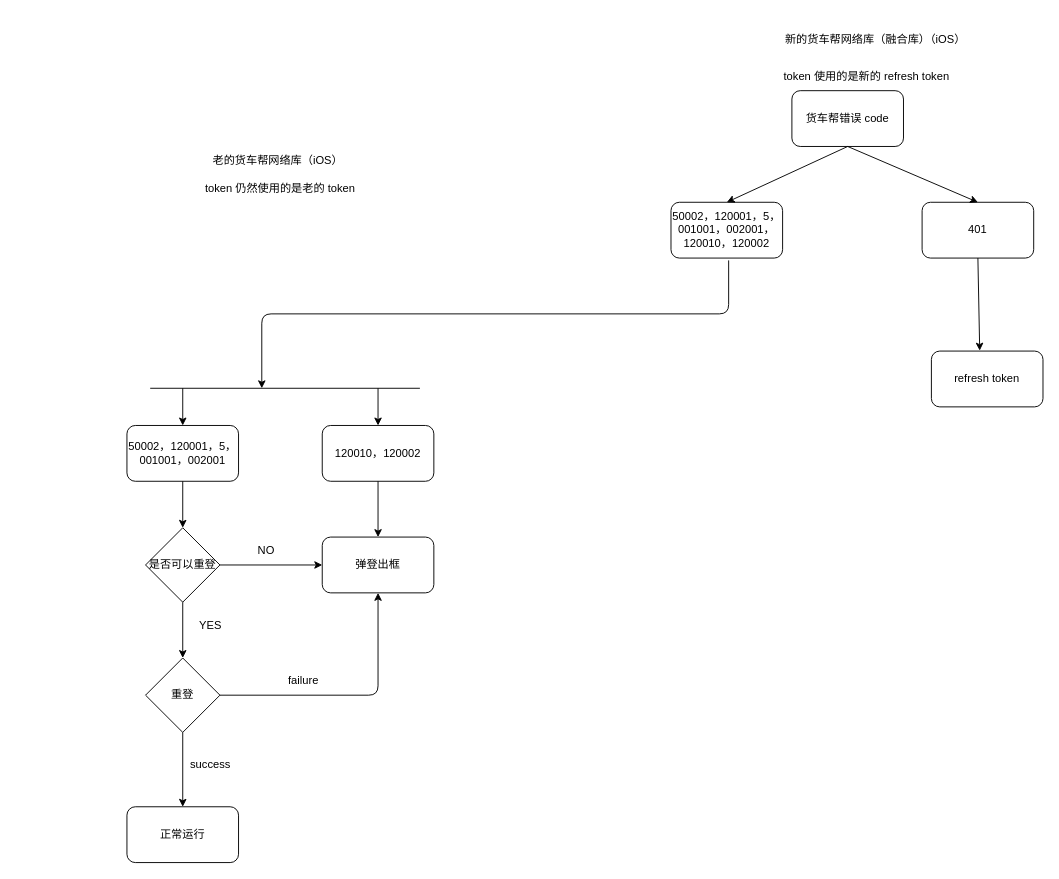
Earlier version of the draw.io diagram a/网络库错误处理.drawio (fdd09/flow). Source tidied: cells renumbered, new cells numbered last; positions are measured from the earlier drawing's top-left corner, leaving out a move shared by most shapes. Both pictures are drawn from the tidied source at 93%, with x=0, y=0 at pixel (126, 25).
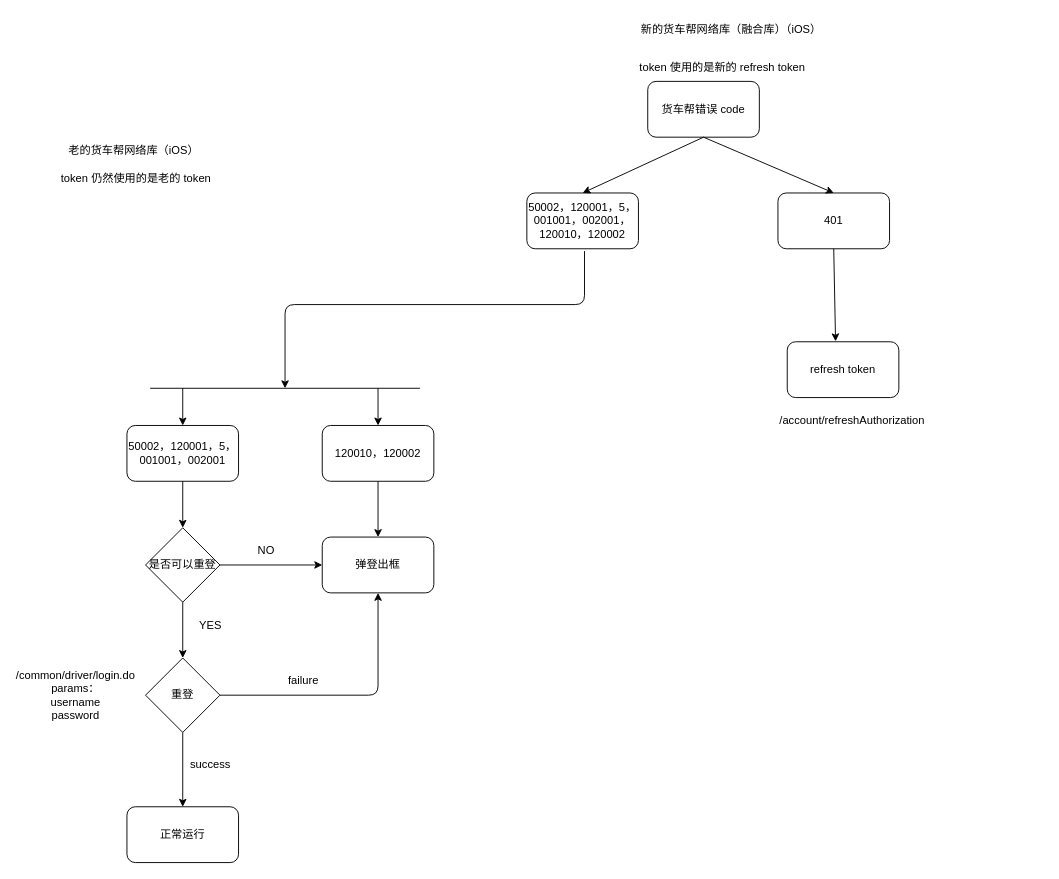
After the change.

Commit message:
更新网络库错误处理.drawio

Change to the diagram source:
```diff
@@
     <mxCell id="2" value="老的货车帮网络库（iOS）" style="text;html=1;strokeColor=none;fillColor=none;align=center;verticalAlign=middle;whiteSpace=wrap;rounded=0;" parent="1" vertex="1">
-      <mxGeometry x="90" y="130" width="145" height="30" as="geometry" />
+      <mxGeometry x="-65" y="120" width="145" height="30" as="geometry" />
     </mxCell>
     <mxCell id="3" value="新的货车帮网络库（融合库）（iOS）" style="text;html=1;strokeColor=none;fillColor=none;align=center;verticalAlign=middle;whiteSpace=wrap;rounded=0;" parent="1" vertex="1">
-      <mxGeometry x="695" width="220" height="30" as="geometry" />
+      <mxGeometry x="540" y="-10" width="220" height="30" as="geometry" />
     </mxCell>
@@
     <mxCell id="19" value="token 仍然使用的是老的 token" style="text;html=1;strokeColor=none;fillColor=none;align=center;verticalAlign=middle;whiteSpace=wrap;rounded=0;" parent="1" vertex="1">
-      <mxGeometry x="70" y="160" width="190" height="30" as="geometry" />
+      <mxGeometry x="-85" y="150" width="190" height="30" as="geometry" />
     </mxCell>
@@
     <mxCell id="21" value="货车帮错误 code" style="rounded=1;whiteSpace=wrap;html=1;" parent="1" vertex="1">
-      <mxGeometry x="715" y="70" width="120" height="60" as="geometry" />
+      <mxGeometry x="560" y="60" width="120" height="60" as="geometry" />
     </mxCell>
     <mxCell id="22" value="50002，120001，5，001001，002001，120010，120002" style="rounded=1;whiteSpace=wrap;html=1;" parent="1" vertex="1">
-      <mxGeometry x="585" y="190" width="120" height="60" as="geometry" />
+      <mxGeometry x="430" y="180" width="120" height="60" as="geometry" />
     </mxCell>
     <mxCell id="23" value="401" style="rounded=1;whiteSpace=wrap;html=1;" parent="1" vertex="1">
-      <mxGeometry x="855" y="190" width="120" height="60" as="geometry" />
+      <mxGeometry x="700" y="180" width="120" height="60" as="geometry" />
     </mxCell>
@@
     <mxCell id="25" style="endArrow=classic;html=1;rounded=1;exitX=0.433;exitY=1.042;exitDx=0;exitDy=0;exitPerimeter=0;curved=0;" parent="1" edge="1">
       <mxGeometry relative="1" as="geometry">
-        <mxPoint x="647" y="252.5" as="sourcePoint" />
-        <mxPoint x="145" y="390" as="targetPoint" />
+        <mxPoint x="492" y="242.5" as="sourcePoint" />
+        <mxPoint x="170" y="390" as="targetPoint" />
         <Array as="points">
-          <mxPoint x="647" y="310" />
-          <mxPoint x="145" y="310" />
+          <mxPoint x="492" y="300" />
+          <mxPoint x="170" y="300" />
         </Array>
       </mxGeometry>
     </mxCell>
@@
     <mxCell id="30" value="refresh token" style="rounded=1;whiteSpace=wrap;html=1;" parent="1" vertex="1">
-      <mxGeometry x="865" y="350" width="120" height="60" as="geometry" />
+      <mxGeometry x="710" y="340" width="120" height="60" as="geometry" />
     </mxCell>
@@
     <mxCell id="32" value="token 使用的是新的 refresh token" style="text;html=1;align=center;verticalAlign=middle;strokeColor=none;fillColor=none;" parent="1" vertex="1">
-      <mxGeometry x="695" y="40" width="200" height="30" as="geometry" />
+      <mxGeometry x="540" y="30" width="200" height="30" as="geometry" />
     </mxCell>
+    <mxCell id="33" value="/account/refreshAuthorization" style="text;html=1;strokeColor=none;fillColor=none;align=center;verticalAlign=middle;whiteSpace=wrap;rounded=0;" parent="1" vertex="1">
+      <mxGeometry x="750" y="410" width="60" height="30" as="geometry" />
+    </mxCell>
+    <mxCell id="34" value="/common/driver/login.do&lt;br&gt;params：&lt;br&gt;username&lt;br&gt;password" style="text;html=1;strokeColor=none;fillColor=none;align=center;verticalAlign=middle;whiteSpace=wrap;rounded=0;" parent="1" vertex="1">
+      <mxGeometry x="-85" y="705" width="60" height="30" as="geometry" />
+    </mxCell>
```
